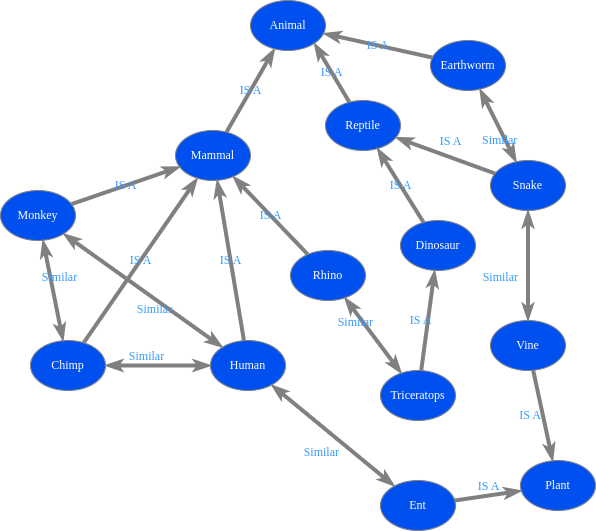
The draw.io diagram docs/assets/pmquery_1.png in singnet/das-query-engine, before a commit. Source tidied: cells renumbered, new cells last; positions are measured from the earlier drawing's top-left corner, leaving out a move shared by most shapes. The source it was exported from:
```xml
<mxGraphModel>
  <root>
    <mxCell id="0" />
    <mxCell id="1" parent="0" />
    <mxCell id="2" value="&lt;span&gt;Human&lt;/span&gt;" style="ellipse;whiteSpace=wrap;html=1;rounded=0;shadow=0;comic=0;labelBackgroundColor=none;strokeWidth=1;fontFamily=Verdana;fontSize=12;align=center;fillColor=#0050ef;strokeColor=#808080;fontColor=#ffffff;" parent="1" vertex="1">
      <mxGeometry x="210" y="340" width="75" height="50" as="geometry" />
    </mxCell>
    <mxCell id="3" value="&lt;span&gt;Mammal&lt;/span&gt;" style="ellipse;whiteSpace=wrap;html=1;rounded=0;shadow=0;comic=0;labelBackgroundColor=none;strokeWidth=1;fontFamily=Verdana;fontSize=12;align=center;fillColor=#0050ef;strokeColor=#808080;fontColor=#ffffff;" parent="1" vertex="1">
      <mxGeometry x="175" y="130" width="75" height="50" as="geometry" />
    </mxCell>
    <mxCell id="4" value="&lt;span&gt;Monkey&lt;/span&gt;" style="ellipse;whiteSpace=wrap;html=1;rounded=0;shadow=0;comic=0;labelBackgroundColor=none;strokeWidth=1;fontFamily=Verdana;fontSize=12;align=center;fillColor=#0050ef;strokeColor=#808080;fontColor=#ffffff;" parent="1" vertex="1">
      <mxGeometry y="190" width="75" height="50" as="geometry" />
    </mxCell>
    <mxCell id="5" value="&lt;span&gt;Chimp&lt;/span&gt;" style="ellipse;whiteSpace=wrap;html=1;rounded=0;shadow=0;comic=0;labelBackgroundColor=none;strokeWidth=1;fontFamily=Verdana;fontSize=12;align=center;fillColor=#0050ef;strokeColor=#808080;fontColor=#ffffff;" parent="1" vertex="1">
      <mxGeometry x="30" y="340" width="75" height="50" as="geometry" />
    </mxCell>
    <mxCell id="6" value="&lt;span&gt;Animal&lt;/span&gt;" style="ellipse;whiteSpace=wrap;html=1;rounded=0;shadow=0;comic=0;labelBackgroundColor=none;strokeWidth=1;fontFamily=Verdana;fontSize=12;align=center;fillColor=#0050ef;strokeColor=#808080;fontColor=#ffffff;" parent="1" vertex="1">
      <mxGeometry x="250" width="75" height="50" as="geometry" />
    </mxCell>
    <mxCell id="7" value="&lt;span&gt;Reptile&lt;/span&gt;" style="ellipse;whiteSpace=wrap;html=1;rounded=0;shadow=0;comic=0;labelBackgroundColor=none;strokeWidth=1;fontFamily=Verdana;fontSize=12;align=center;fillColor=#0050ef;strokeColor=#808080;fontColor=#ffffff;" parent="1" vertex="1">
      <mxGeometry x="325" y="100" width="75" height="50" as="geometry" />
    </mxCell>
    <mxCell id="8" value="IS A" style="edgeStyle=none;rounded=1;html=1;labelBackgroundColor=none;startArrow=none;startFill=0;startSize=5;endArrow=classicThin;endFill=1;endSize=5;jettySize=auto;strokeWidth=4;fontFamily=Verdana;fontSize=12;fontColor=#3399FF;shadow=0;fillColor=#0050ef;strokeColor=#808080;fontStyle=0;" parent="1" edge="1" source="2" target="3">
      <mxGeometry relative="1" as="geometry" />
    </mxCell>
    <mxCell id="9" value="Similar" style="edgeStyle=none;rounded=1;html=1;labelBackgroundColor=none;startArrow=classicThin;startFill=1;startSize=5;endArrow=classicThin;endFill=1;endSize=5;jettySize=auto;strokeWidth=4;fontFamily=Verdana;fontSize=12;fontColor=#3399FF;shadow=0;fillColor=#0050ef;strokeColor=#808080;align=center;fontStyle=0;labelPosition=center;verticalLabelPosition=middle;verticalAlign=middle;" parent="1" edge="1" source="5" target="2">
      <mxGeometry x="-0.21" y="9" relative="1" as="geometry" />
    </mxCell>
    <mxCell id="10" value="IS A" style="edgeStyle=none;rounded=1;html=1;labelBackgroundColor=none;startArrow=none;startFill=0;startSize=5;endArrow=classicThin;endFill=1;endSize=5;jettySize=auto;strokeWidth=4;fontFamily=Verdana;fontSize=12;fontColor=#3399FF;shadow=0;fillColor=#0050ef;strokeColor=#808080;fontStyle=0;" parent="1" edge="1" source="4" target="3">
      <mxGeometry relative="1" as="geometry" />
    </mxCell>
    <mxCell id="11" value="IS A" style="edgeStyle=none;rounded=1;html=1;labelBackgroundColor=none;startArrow=none;startFill=0;startSize=5;endArrow=classicThin;endFill=1;endSize=5;jettySize=auto;strokeWidth=4;fontFamily=Verdana;fontSize=12;fontColor=#3399FF;shadow=0;fillColor=#0050ef;strokeColor=#808080;fontStyle=0;" parent="1" edge="1" source="5" target="3">
      <mxGeometry relative="1" as="geometry" />
    </mxCell>
    <mxCell id="12" value="IS A" style="edgeStyle=none;rounded=1;html=1;labelBackgroundColor=none;startArrow=none;startFill=0;startSize=5;endArrow=classicThin;endFill=1;endSize=5;jettySize=auto;strokeWidth=4;fontFamily=Verdana;fontSize=12;fontColor=#3399FF;shadow=0;fillColor=#0050ef;strokeColor=#808080;fontStyle=0;" parent="1" edge="1" source="3" target="6">
      <mxGeometry relative="1" as="geometry" />
    </mxCell>
    <mxCell id="13" value="IS A" style="edgeStyle=none;rounded=1;html=1;labelBackgroundColor=none;startArrow=none;startFill=0;startSize=5;endArrow=classicThin;endFill=1;endSize=5;jettySize=auto;strokeWidth=4;fontFamily=Verdana;fontSize=12;entryX=1;entryY=1;entryDx=0;entryDy=0;fontColor=#3399FF;shadow=0;fillColor=#0050ef;strokeColor=#808080;fontStyle=0;" parent="1" edge="1" source="7" target="6">
      <mxGeometry relative="1" as="geometry" />
    </mxCell>
    <mxCell id="14" value="&lt;span&gt;Ent&lt;/span&gt;" style="ellipse;whiteSpace=wrap;html=1;rounded=0;shadow=0;comic=0;labelBackgroundColor=none;strokeWidth=1;fontFamily=Verdana;fontSize=12;align=center;fillColor=#0050ef;strokeColor=#808080;fontColor=#ffffff;" parent="1" vertex="1">
      <mxGeometry x="380" y="480" width="75" height="50" as="geometry" />
    </mxCell>
    <mxCell id="15" value="&lt;span&gt;Snake&lt;/span&gt;" style="ellipse;whiteSpace=wrap;html=1;rounded=0;shadow=0;comic=0;labelBackgroundColor=none;strokeWidth=1;fontFamily=Verdana;fontSize=12;align=center;fillColor=#0050ef;strokeColor=#808080;fontColor=#ffffff;" parent="1" vertex="1">
      <mxGeometry x="490" y="160" width="75" height="50" as="geometry" />
    </mxCell>
    <mxCell id="16" value="IS A" style="edgeStyle=none;rounded=1;html=1;labelBackgroundColor=none;startArrow=none;startFill=0;startSize=5;endArrow=classicThin;endFill=1;endSize=5;jettySize=auto;strokeWidth=4;fontFamily=Verdana;fontSize=12;fontColor=#3399FF;shadow=0;fillColor=#0050ef;strokeColor=#808080;labelPosition=center;verticalLabelPosition=top;align=center;verticalAlign=bottom;fontStyle=0;" parent="1" edge="1" source="15" target="7">
      <mxGeometry x="-0.06" y="-6" relative="1" as="geometry" />
    </mxCell>
    <mxCell id="17" value="&lt;span&gt;Dinosaur&lt;/span&gt;" style="ellipse;whiteSpace=wrap;html=1;rounded=0;shadow=0;comic=0;labelBackgroundColor=none;strokeWidth=1;fontFamily=Verdana;fontSize=12;align=center;fillColor=#0050ef;strokeColor=#808080;fontColor=#ffffff;" parent="1" vertex="1">
      <mxGeometry x="400" y="220" width="75" height="50" as="geometry" />
    </mxCell>
    <mxCell id="18" value="IS A" style="edgeStyle=none;rounded=1;html=1;labelBackgroundColor=none;startArrow=none;startFill=0;startSize=5;endArrow=classicThin;endFill=1;endSize=5;jettySize=auto;strokeWidth=4;fontFamily=Verdana;fontSize=12;fontColor=#3399FF;shadow=0;fillColor=#0050ef;strokeColor=#808080;fontStyle=0;" parent="1" edge="1" source="17" target="7">
      <mxGeometry relative="1" as="geometry" />
    </mxCell>
    <mxCell id="19" value="&lt;span&gt;Triceratops&lt;/span&gt;" style="ellipse;whiteSpace=wrap;html=1;rounded=0;shadow=0;comic=0;labelBackgroundColor=none;strokeWidth=1;fontFamily=Verdana;fontSize=12;align=center;fillColor=#0050ef;strokeColor=#808080;fontColor=#ffffff;" parent="1" vertex="1">
      <mxGeometry x="380" y="370" width="75" height="50" as="geometry" />
    </mxCell>
    <mxCell id="20" value="IS A" style="edgeStyle=none;rounded=1;html=1;labelBackgroundColor=none;startArrow=none;startFill=0;startSize=5;endArrow=classicThin;endFill=1;endSize=5;jettySize=auto;strokeWidth=4;fontFamily=Verdana;fontSize=12;fontColor=#3399FF;shadow=0;fillColor=#0050ef;strokeColor=#808080;labelPosition=center;verticalLabelPosition=middle;align=center;verticalAlign=middle;fontStyle=0;" parent="1" edge="1" source="19" target="17">
      <mxGeometry x="-0.02" y="7" relative="1" as="geometry" />
    </mxCell>
    <mxCell id="21" value="&lt;span&gt;Earthworm&lt;/span&gt;" style="ellipse;whiteSpace=wrap;html=1;rounded=0;shadow=0;comic=0;labelBackgroundColor=none;strokeWidth=1;fontFamily=Verdana;fontSize=12;align=center;fillColor=#0050ef;strokeColor=#808080;fontColor=#ffffff;" parent="1" vertex="1">
      <mxGeometry x="430" y="40" width="75" height="50" as="geometry" />
    </mxCell>
    <mxCell id="22" value="IS A" style="edgeStyle=none;rounded=1;html=1;labelBackgroundColor=none;startArrow=none;startFill=0;startSize=5;endArrow=classicThin;endFill=1;endSize=5;jettySize=auto;strokeWidth=4;fontFamily=Verdana;fontSize=12;fontColor=#3399FF;shadow=0;fillColor=#0050ef;strokeColor=#808080;fontStyle=0;" parent="1" edge="1" source="21" target="6">
      <mxGeometry relative="1" as="geometry" />
    </mxCell>
    <mxCell id="23" value="&lt;span&gt;Rhino&lt;/span&gt;" style="ellipse;whiteSpace=wrap;html=1;rounded=0;shadow=0;comic=0;labelBackgroundColor=none;strokeWidth=1;fontFamily=Verdana;fontSize=12;align=center;fillColor=#0050ef;strokeColor=#808080;fontColor=#ffffff;" parent="1" vertex="1">
      <mxGeometry x="290" y="250" width="75" height="50" as="geometry" />
    </mxCell>
    <mxCell id="24" value="IS A" style="edgeStyle=none;rounded=1;html=1;labelBackgroundColor=none;startArrow=none;startFill=0;startSize=5;endArrow=classicThin;endFill=1;endSize=5;jettySize=auto;strokeWidth=4;fontFamily=Verdana;fontSize=12;fontColor=#3399FF;shadow=0;fillColor=#0050ef;strokeColor=#808080;fontStyle=0;" parent="1" edge="1" source="23" target="3">
      <mxGeometry relative="1" as="geometry" />
    </mxCell>
    <mxCell id="25" value="&lt;span&gt;Vine&lt;/span&gt;" style="ellipse;whiteSpace=wrap;html=1;rounded=0;shadow=0;comic=0;labelBackgroundColor=none;strokeWidth=1;fontFamily=Verdana;fontSize=12;align=center;fillColor=#0050ef;strokeColor=#808080;fontColor=#ffffff;" parent="1" vertex="1">
      <mxGeometry x="490" y="320" width="75" height="50" as="geometry" />
    </mxCell>
    <mxCell id="26" value="&lt;span&gt;Plant&lt;/span&gt;" style="ellipse;whiteSpace=wrap;html=1;rounded=0;shadow=0;comic=0;labelBackgroundColor=none;strokeWidth=1;fontFamily=Verdana;fontSize=12;align=center;fillColor=#0050ef;strokeColor=#808080;fontColor=#ffffff;" parent="1" vertex="1">
      <mxGeometry x="520" y="460" width="75" height="50" as="geometry" />
    </mxCell>
    <mxCell id="27" value="IS A" style="edgeStyle=none;rounded=1;html=1;labelBackgroundColor=none;startArrow=none;startFill=0;startSize=5;endArrow=classicThin;endFill=1;endSize=5;jettySize=auto;strokeWidth=4;fontFamily=Verdana;fontSize=12;fontColor=#3399FF;shadow=0;fillColor=#0050ef;strokeColor=#808080;labelPosition=left;verticalLabelPosition=middle;align=right;verticalAlign=middle;fontStyle=0;" parent="1" edge="1" source="25" target="26">
      <mxGeometry relative="1" as="geometry" />
    </mxCell>
    <mxCell id="28" value="IS A" style="edgeStyle=none;rounded=1;html=1;labelBackgroundColor=none;startArrow=none;startFill=0;startSize=5;endArrow=classicThin;endFill=1;endSize=5;jettySize=auto;strokeWidth=4;fontFamily=Verdana;fontSize=12;fontColor=#3399FF;shadow=0;fillColor=#0050ef;strokeColor=#808080;labelPosition=center;verticalLabelPosition=top;align=center;verticalAlign=bottom;fontStyle=0;" parent="1" edge="1" source="14" target="26">
      <mxGeometry relative="1" as="geometry" />
    </mxCell>
    <mxCell id="29" value="Similar" style="edgeStyle=none;rounded=1;html=1;labelBackgroundColor=none;startArrow=classicThin;startFill=1;startSize=5;endArrow=classicThin;endFill=1;endSize=5;jettySize=auto;strokeWidth=4;fontFamily=Verdana;fontSize=12;fontColor=#3399FF;shadow=0;fillColor=#0050ef;strokeColor=#808080;fontStyle=0;" parent="1" edge="1" source="2" target="4">
      <mxGeometry x="-0.21" y="9" relative="1" as="geometry" />
    </mxCell>
    <mxCell id="30" value="Similar" style="edgeStyle=none;rounded=1;html=1;labelBackgroundColor=none;startArrow=classicThin;startFill=1;startSize=5;endArrow=classicThin;endFill=1;endSize=5;jettySize=auto;strokeWidth=4;fontFamily=Verdana;fontSize=12;fontColor=#3399FF;shadow=0;fillColor=#0050ef;strokeColor=#808080;align=right;fontStyle=0;labelPosition=left;verticalLabelPosition=middle;verticalAlign=middle;" parent="1" edge="1" source="14" target="2">
      <mxGeometry x="-0.21" y="9" relative="1" as="geometry" />
    </mxCell>
    <mxCell id="31" value="Similar" style="edgeStyle=none;rounded=1;html=1;labelBackgroundColor=none;startArrow=classicThin;startFill=1;startSize=5;endArrow=classicThin;endFill=1;endSize=5;jettySize=auto;strokeWidth=4;fontFamily=Verdana;fontSize=12;fontColor=#3399FF;shadow=0;fillColor=#0050ef;strokeColor=#808080;align=center;fontStyle=0;labelPosition=center;verticalLabelPosition=middle;verticalAlign=middle;" parent="1" edge="1" source="4" target="5">
      <mxGeometry x="-0.21" y="9" relative="1" as="geometry" />
    </mxCell>
    <mxCell id="32" value="Similar" style="edgeStyle=none;rounded=1;html=1;labelBackgroundColor=none;startArrow=classicThin;startFill=1;startSize=5;endArrow=classicThin;endFill=1;endSize=5;jettySize=auto;strokeWidth=4;fontFamily=Verdana;fontSize=12;fontColor=#3399FF;labelBorderColor=none;shadow=0;fillColor=#0050ef;strokeColor=#808080;labelPosition=right;verticalLabelPosition=middle;align=left;verticalAlign=middle;fontStyle=0;" parent="1" edge="1" source="15" target="21">
      <mxGeometry x="-0.14" y="22" relative="1" as="geometry" />
    </mxCell>
    <mxCell id="33" value="Similar" style="edgeStyle=none;rounded=1;html=1;labelBackgroundColor=none;startArrow=classicThin;startFill=1;startSize=5;endArrow=classicThin;endFill=1;endSize=5;jettySize=auto;strokeWidth=4;fontFamily=Verdana;fontSize=12;fontColor=#3399FF;shadow=0;fillColor=#0050ef;strokeColor=#808080;labelPosition=left;verticalLabelPosition=middle;align=right;verticalAlign=middle;fontStyle=0;" parent="1" edge="1" source="23" target="19">
      <mxGeometry x="-0.21" y="9" relative="1" as="geometry" />
    </mxCell>
    <mxCell id="34" value="Similar" style="edgeStyle=none;rounded=1;html=1;labelBackgroundColor=none;startArrow=classicThin;startFill=1;startSize=5;endArrow=classicThin;endFill=1;endSize=5;jettySize=auto;strokeWidth=4;fontFamily=Verdana;fontSize=12;fontColor=#3399FF;shadow=0;fillColor=#0050ef;strokeColor=#808080;labelPosition=left;verticalLabelPosition=middle;align=right;verticalAlign=middle;fontStyle=0;" parent="1" edge="1" source="25" target="15">
      <mxGeometry x="-0.22" y="9" relative="1" as="geometry" />
    </mxCell>
  </root>
</mxGraphModel>
```
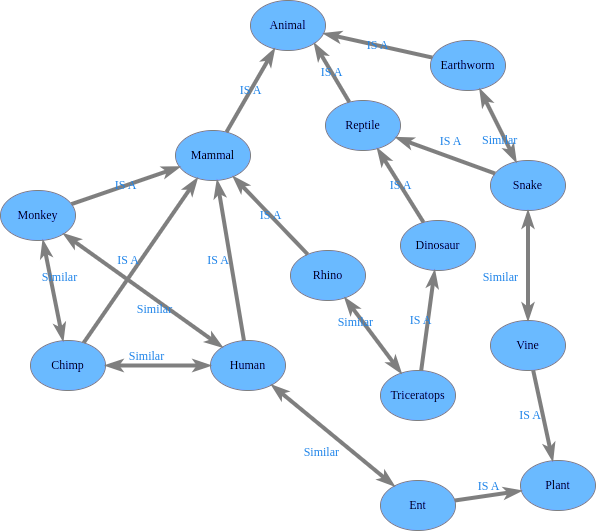
Above is the later version.

Change to the diagram source:
```diff
@@ -1,17 +1,17 @@
-<mxGraphModel>
+<mxGraphModel background="#FFFFFF">
   <root>
     <mxCell id="0" />
     <mxCell id="1" parent="0" />
-    <mxCell id="2" value="&lt;span&gt;Human&lt;/span&gt;" style="ellipse;whiteSpace=wrap;html=1;rounded=0;shadow=0;comic=0;labelBackgroundColor=none;strokeWidth=1;fontFamily=Verdana;fontSize=12;align=center;fillColor=#0050ef;strokeColor=#808080;fontColor=#ffffff;" parent="1" vertex="1">
+    <mxCell id="2" value="&lt;span&gt;Human&lt;/span&gt;" style="ellipse;whiteSpace=wrap;html=1;rounded=0;shadow=0;comic=0;labelBackgroundColor=none;strokeWidth=1;fontFamily=Verdana;fontSize=12;align=center;fillColor=#0050ef;strokeColor=#808080;fontColor=#ffffff;fontStyle=0;" parent="1" vertex="1">
       <mxGeometry x="210" y="340" width="75" height="50" as="geometry" />
     </mxCell>
-    <mxCell id="3" value="&lt;span&gt;Mammal&lt;/span&gt;" style="ellipse;whiteSpace=wrap;html=1;rounded=0;shadow=0;comic=0;labelBackgroundColor=none;strokeWidth=1;fontFamily=Verdana;fontSize=12;align=center;fillColor=#0050ef;strokeColor=#808080;fontColor=#ffffff;" parent="1" vertex="1">
+    <mxCell id="3" value="&lt;span&gt;Mammal&lt;/span&gt;" style="ellipse;whiteSpace=wrap;html=1;rounded=0;shadow=0;comic=0;labelBackgroundColor=none;strokeWidth=1;fontFamily=Verdana;fontSize=12;align=center;fillColor=#0050ef;strokeColor=#808080;fontColor=#ffffff;fontStyle=0;" parent="1" vertex="1">
       <mxGeometry x="175" y="130" width="75" height="50" as="geometry" />
     </mxCell>
     <mxCell id="4" value="&lt;span&gt;Monkey&lt;/span&gt;" style="ellipse;whiteSpace=wrap;html=1;rounded=0;shadow=0;comic=0;labelBackgroundColor=none;strokeWidth=1;fontFamily=Verdana;fontSize=12;align=center;fillColor=#0050ef;strokeColor=#808080;fontColor=#ffffff;" parent="1" vertex="1">
       <mxGeometry y="190" width="75" height="50" as="geometry" />
     </mxCell>
-    <mxCell id="5" value="&lt;span&gt;Chimp&lt;/span&gt;" style="ellipse;whiteSpace=wrap;html=1;rounded=0;shadow=0;comic=0;labelBackgroundColor=none;strokeWidth=1;fontFamily=Verdana;fontSize=12;align=center;fillColor=#0050ef;strokeColor=#808080;fontColor=#ffffff;" parent="1" vertex="1">
+    <mxCell id="5" value="&lt;span&gt;Chimp&lt;/span&gt;" style="ellipse;whiteSpace=wrap;html=1;rounded=0;shadow=0;comic=0;labelBackgroundColor=none;strokeWidth=1;fontFamily=Verdana;fontSize=12;align=center;fillColor=#0050ef;strokeColor=#808080;fontColor=#ffffff;fontStyle=0;" parent="1" vertex="1">
       <mxGeometry x="30" y="340" width="75" height="50" as="geometry" />
     </mxCell>
     <mxCell id="6" value="&lt;span&gt;Animal&lt;/span&gt;" style="ellipse;whiteSpace=wrap;html=1;rounded=0;shadow=0;comic=0;labelBackgroundColor=none;strokeWidth=1;fontFamily=Verdana;fontSize=12;align=center;fillColor=#0050ef;strokeColor=#808080;fontColor=#ffffff;" parent="1" vertex="1">
@@ -20,7 +20,7 @@
     <mxCell id="7" value="&lt;span&gt;Reptile&lt;/span&gt;" style="ellipse;whiteSpace=wrap;html=1;rounded=0;shadow=0;comic=0;labelBackgroundColor=none;strokeWidth=1;fontFamily=Verdana;fontSize=12;align=center;fillColor=#0050ef;strokeColor=#808080;fontColor=#ffffff;" parent="1" vertex="1">
       <mxGeometry x="325" y="100" width="75" height="50" as="geometry" />
     </mxCell>
-    <mxCell id="8" value="IS A" style="edgeStyle=none;rounded=1;html=1;labelBackgroundColor=none;startArrow=none;startFill=0;startSize=5;endArrow=classicThin;endFill=1;endSize=5;jettySize=auto;strokeWidth=4;fontFamily=Verdana;fontSize=12;fontColor=#3399FF;shadow=0;fillColor=#0050ef;strokeColor=#808080;fontStyle=0;" parent="1" edge="1" source="2" target="3">
+    <mxCell id="8" value="IS A" style="edgeStyle=none;rounded=1;html=1;labelBackgroundColor=none;startArrow=none;startFill=0;startSize=5;endArrow=classicThin;endFill=1;endSize=5;jettySize=auto;strokeWidth=4;fontFamily=Verdana;fontSize=12;fontColor=#3399FF;shadow=0;fillColor=#0050ef;strokeColor=#808080;fontStyle=0;labelPosition=left;verticalLabelPosition=middle;align=right;verticalAlign=middle;" parent="1" edge="1" source="2" target="3">
       <mxGeometry relative="1" as="geometry" />
     </mxCell>
     <mxCell id="9" value="Similar" style="edgeStyle=none;rounded=1;html=1;labelBackgroundColor=none;startArrow=classicThin;startFill=1;startSize=5;endArrow=classicThin;endFill=1;endSize=5;jettySize=auto;strokeWidth=4;fontFamily=Verdana;fontSize=12;fontColor=#3399FF;shadow=0;fillColor=#0050ef;strokeColor=#808080;align=center;fontStyle=0;labelPosition=center;verticalLabelPosition=middle;verticalAlign=middle;" parent="1" edge="1" source="5" target="2">
@@ -29,7 +29,7 @@
     <mxCell id="10" value="IS A" style="edgeStyle=none;rounded=1;html=1;labelBackgroundColor=none;startArrow=none;startFill=0;startSize=5;endArrow=classicThin;endFill=1;endSize=5;jettySize=auto;strokeWidth=4;fontFamily=Verdana;fontSize=12;fontColor=#3399FF;shadow=0;fillColor=#0050ef;strokeColor=#808080;fontStyle=0;" parent="1" edge="1" source="4" target="3">
       <mxGeometry relative="1" as="geometry" />
     </mxCell>
-    <mxCell id="11" value="IS A" style="edgeStyle=none;rounded=1;html=1;labelBackgroundColor=none;startArrow=none;startFill=0;startSize=5;endArrow=classicThin;endFill=1;endSize=5;jettySize=auto;strokeWidth=4;fontFamily=Verdana;fontSize=12;fontColor=#3399FF;shadow=0;fillColor=#0050ef;strokeColor=#808080;fontStyle=0;" parent="1" edge="1" source="5" target="3">
+    <mxCell id="11" value="IS A" style="edgeStyle=none;rounded=1;html=1;labelBackgroundColor=none;startArrow=none;startFill=0;startSize=5;endArrow=classicThin;endFill=1;endSize=5;jettySize=auto;strokeWidth=4;fontFamily=Verdana;fontSize=12;fontColor=#3399FF;shadow=0;fillColor=#0050ef;strokeColor=#808080;fontStyle=0;labelPosition=left;verticalLabelPosition=middle;align=right;verticalAlign=middle;" parent="1" edge="1" source="5" target="3">
       <mxGeometry relative="1" as="geometry" />
     </mxCell>
     <mxCell id="12" value="IS A" style="edgeStyle=none;rounded=1;html=1;labelBackgroundColor=none;startArrow=none;startFill=0;startSize=5;endArrow=classicThin;endFill=1;endSize=5;jettySize=auto;strokeWidth=4;fontFamily=Verdana;fontSize=12;fontColor=#3399FF;shadow=0;fillColor=#0050ef;strokeColor=#808080;fontStyle=0;" parent="1" edge="1" source="3" target="6">
```
